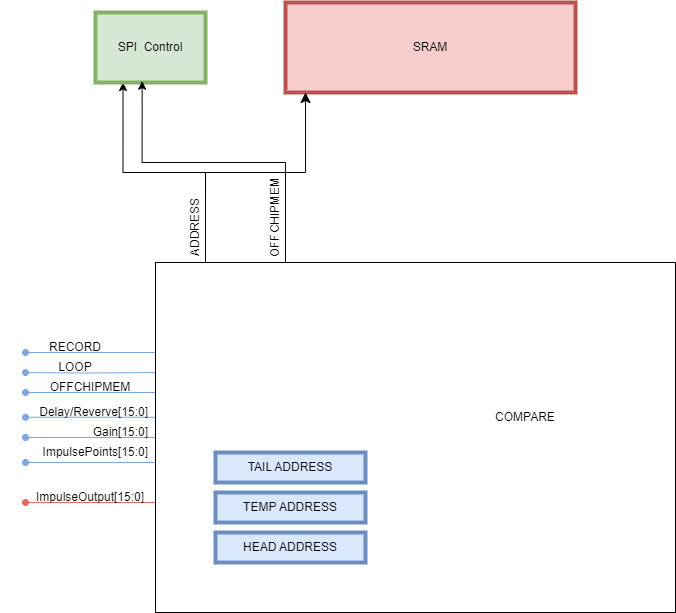
This is docs/images/MemoryController.drawio.png from sdmay24-21/ASIC-GuitarPedal, a draw.io export, as it was before one commit. Source tidied: cells renumbered, new cells last; positions are measured from the earlier drawing's top-left corner, leaving out a move shared by most shapes. Source of this version:
```xml
<mxGraphModel>
  <root>
    <mxCell id="0" />
    <mxCell id="1" parent="0" />
    <mxCell id="2" style="edgeStyle=orthogonalEdgeStyle;rounded=0;jettySize=auto;html=1;exitX=0.25;exitY=0;exitDx=0;exitDy=0;entryX=0.25;entryY=1;entryDx=0;entryDy=0;" parent="1" edge="1" source="10" target="14">
      <mxGeometry relative="1" as="geometry">
        <Array as="points">
          <mxPoint x="205" y="260" />
          <mxPoint x="205" y="170" />
          <mxPoint x="123" y="170" />
        </Array>
      </mxGeometry>
    </mxCell>
    <mxCell id="3" style="edgeStyle=orthogonalEdgeStyle;rounded=0;orthogonalLoop=1;jettySize=auto;html=1;exitX=0;exitY=0.25;exitDx=0;exitDy=0;endArrow=oval;endFill=1;strokeColor=#7EA6E0;" parent="1" edge="1">
      <mxGeometry relative="1" as="geometry">
        <mxPoint x="155" y="370" as="sourcePoint" />
        <mxPoint x="25" y="370.1" as="targetPoint" />
      </mxGeometry>
    </mxCell>
    <mxCell id="4" style="edgeStyle=orthogonalEdgeStyle;rounded=0;orthogonalLoop=1;jettySize=auto;html=1;endArrow=oval;endFill=1;strokeColor=#7EA6E0;" parent="1" edge="1">
      <mxGeometry relative="1" as="geometry">
        <mxPoint x="165" y="390" as="sourcePoint" />
        <mxPoint x="25" y="390" as="targetPoint" />
        <Array as="points">
          <mxPoint x="135" y="390" />
          <mxPoint x="135" y="390" />
        </Array>
      </mxGeometry>
    </mxCell>
    <mxCell id="5" style="edgeStyle=orthogonalEdgeStyle;rounded=0;orthogonalLoop=1;jettySize=auto;html=1;exitX=0;exitY=0.5;exitDx=0;exitDy=0;endArrow=oval;endFill=1;strokeColor=#7EA6E0;" parent="1" edge="1">
      <mxGeometry relative="1" as="geometry">
        <mxPoint x="155" y="414.7" as="sourcePoint" />
        <mxPoint x="25" y="414.7" as="targetPoint" />
      </mxGeometry>
    </mxCell>
    <mxCell id="6" style="edgeStyle=orthogonalEdgeStyle;rounded=0;jettySize=auto;html=1;exitX=0;exitY=0.5;exitDx=0;exitDy=0;endArrow=oval;endFill=1;strokeColor=#7EA6E0;" parent="1" edge="1" source="10">
      <mxGeometry relative="1" as="geometry">
        <mxPoint x="25" y="460" as="targetPoint" />
        <Array as="points">
          <mxPoint x="155" y="460" />
          <mxPoint x="25" y="460" />
        </Array>
      </mxGeometry>
    </mxCell>
    <mxCell id="7" style="edgeStyle=orthogonalEdgeStyle;rounded=0;jettySize=auto;html=1;exitX=0;exitY=0.75;exitDx=0;exitDy=0;endArrow=oval;endFill=1;strokeColor=#EA6B66;" parent="1" edge="1" source="10">
      <mxGeometry relative="1" as="geometry">
        <mxPoint x="25" y="500" as="targetPoint" />
        <Array as="points">
          <mxPoint x="35" y="500" />
          <mxPoint x="35" y="500" />
        </Array>
      </mxGeometry>
    </mxCell>
    <mxCell id="8" style="edgeStyle=orthogonalEdgeStyle;rounded=0;orthogonalLoop=1;jettySize=auto;html=1;endArrow=oval;endFill=1;strokeColor=#7EA6E0;" parent="1" edge="1">
      <mxGeometry relative="1" as="geometry">
        <mxPoint x="155" y="350" as="sourcePoint" />
        <mxPoint x="25" y="350" as="targetPoint" />
      </mxGeometry>
    </mxCell>
    <mxCell id="9" style="edgeStyle=orthogonalEdgeStyle;rounded=0;jettySize=auto;html=1;endArrow=oval;endFill=1;strokeColor=#7EA6E0;" parent="1" edge="1" source="10">
      <mxGeometry relative="1" as="geometry">
        <mxPoint x="25" y="435" as="targetPoint" />
      </mxGeometry>
    </mxCell>
    <mxCell id="10" style="rounded=0;whiteSpace=wrap;html=1;" parent="1" vertex="1">
      <mxGeometry x="155" y="260" width="520" height="350" as="geometry" />
    </mxCell>
    <mxCell id="11" value="SRAM" style="text;html=1;strokeColor=#b85450;fillColor=#f8cecc;align=center;verticalAlign=middle;whiteSpace=wrap;rounded=0;strokeWidth=4;" parent="1" vertex="1">
      <mxGeometry x="285" width="290" height="90" as="geometry" />
    </mxCell>
    <mxCell id="12" value="HEAD ADDRESS" style="text;html=1;strokeColor=#6c8ebf;fillColor=#dae8fc;align=center;verticalAlign=middle;whiteSpace=wrap;rounded=0;strokeWidth=4;" parent="1" vertex="1">
      <mxGeometry x="215" y="530" width="150" height="30" as="geometry" />
    </mxCell>
    <mxCell id="13" value="TAIL ADDRESS" style="text;html=1;strokeColor=#6c8ebf;fillColor=#dae8fc;align=center;verticalAlign=middle;whiteSpace=wrap;rounded=0;strokeWidth=4;" parent="1" vertex="1">
      <mxGeometry x="215" y="450" width="150" height="30" as="geometry" />
    </mxCell>
    <mxCell id="14" value="SPI&amp;nbsp; Control" style="text;html=1;strokeColor=#82b366;fillColor=#d5e8d4;align=center;verticalAlign=middle;whiteSpace=wrap;rounded=0;strokeWidth=4;" parent="1" vertex="1">
      <mxGeometry x="95" y="10" width="110" height="70" as="geometry" />
    </mxCell>
    <mxCell id="15" style="edgeStyle=segmentEdgeStyle;endArrow=classic;html=1;curved=0;rounded=0;endSize=8;startSize=8;" parent="1" edge="1" target="11">
      <mxGeometry relative="1" as="geometry">
        <mxPoint x="205" y="190" as="sourcePoint" />
        <Array as="points">
          <mxPoint x="205" y="170" />
          <mxPoint x="305" y="170" />
        </Array>
      </mxGeometry>
    </mxCell>
    <mxCell id="16" value="TEMP ADDRESS" style="text;html=1;strokeColor=#6c8ebf;fillColor=#dae8fc;align=center;verticalAlign=middle;whiteSpace=wrap;rounded=0;strokeWidth=4;" parent="1" vertex="1">
      <mxGeometry x="215" y="490" width="150" height="30" as="geometry" />
    </mxCell>
    <mxCell id="17" value="COMPARE" style="text;html=1;strokeColor=none;fillColor=none;align=center;verticalAlign=middle;whiteSpace=wrap;rounded=0;" parent="1" vertex="1">
      <mxGeometry x="465" y="390" width="120" height="50" as="geometry" />
    </mxCell>
    <mxCell id="18" value="LOOP" style="text;html=1;strokeColor=none;fillColor=none;align=center;verticalAlign=middle;whiteSpace=wrap;rounded=0;" parent="1" vertex="1">
      <mxGeometry x="45" y="350" width="60" height="30" as="geometry" />
    </mxCell>
    <mxCell id="19" value="OFFCHIPMEM" style="text;html=1;strokeColor=none;fillColor=none;align=center;verticalAlign=middle;whiteSpace=wrap;rounded=0;" parent="1" vertex="1">
      <mxGeometry x="45" y="370" width="90" height="30" as="geometry" />
    </mxCell>
    <mxCell id="20" value="Delay/Reverve[15:0]" style="text;html=1;strokeColor=none;fillColor=none;align=right;verticalAlign=middle;whiteSpace=wrap;rounded=0;" parent="1" vertex="1">
      <mxGeometry y="400" width="150" height="20" as="geometry" />
    </mxCell>
    <mxCell id="21" value="ADDRESS" style="text;html=1;strokeColor=none;fillColor=none;align=center;verticalAlign=middle;whiteSpace=wrap;rounded=0;rotation=270;" parent="1" vertex="1">
      <mxGeometry x="165" y="210" width="60" height="30" as="geometry" />
    </mxCell>
    <mxCell id="22" value="ImpulsePoints[15:0]" style="text;html=1;strokeColor=none;fillColor=none;align=right;verticalAlign=middle;whiteSpace=wrap;rounded=0;" parent="1" vertex="1">
      <mxGeometry x="30" y="440" width="120" height="20" as="geometry" />
    </mxCell>
    <mxCell id="23" value="OFFCHIPMEM" style="text;html=1;strokeColor=none;fillColor=none;align=center;verticalAlign=middle;whiteSpace=wrap;rounded=0;rotation=270;" parent="1" vertex="1">
      <mxGeometry x="245" y="200" width="60" height="30" as="geometry" />
    </mxCell>
    <mxCell id="24" style="edgeStyle=orthogonalEdgeStyle;rounded=0;jettySize=auto;html=1;exitX=0.25;exitY=0;exitDx=0;exitDy=0;entryX=0.424;entryY=0.981;entryDx=0;entryDy=0;entryPerimeter=0;" parent="1" edge="1" source="10" target="14">
      <mxGeometry relative="1" as="geometry">
        <Array as="points">
          <mxPoint x="285" y="160" />
          <mxPoint x="142" y="160" />
        </Array>
      </mxGeometry>
    </mxCell>
    <mxCell id="25" value="ImpulseOutput[15:0]" style="text;html=1;strokeColor=none;fillColor=none;align=center;verticalAlign=middle;whiteSpace=wrap;rounded=0;" parent="1" vertex="1">
      <mxGeometry x="60" y="480" width="60" height="30" as="geometry" />
    </mxCell>
    <mxCell id="26" value="RECORD" style="text;html=1;strokeColor=none;fillColor=none;align=center;verticalAlign=middle;whiteSpace=wrap;rounded=0;" parent="1" vertex="1">
      <mxGeometry x="45" y="330" width="60" height="30" as="geometry" />
    </mxCell>
    <mxCell id="27" value="Gain[15:0]" style="text;html=1;strokeColor=none;fillColor=none;align=right;verticalAlign=middle;whiteSpace=wrap;rounded=0;" parent="1" vertex="1">
      <mxGeometry x="90" y="420" width="60" height="20" as="geometry" />
    </mxCell>
  </root>
</mxGraphModel>
```
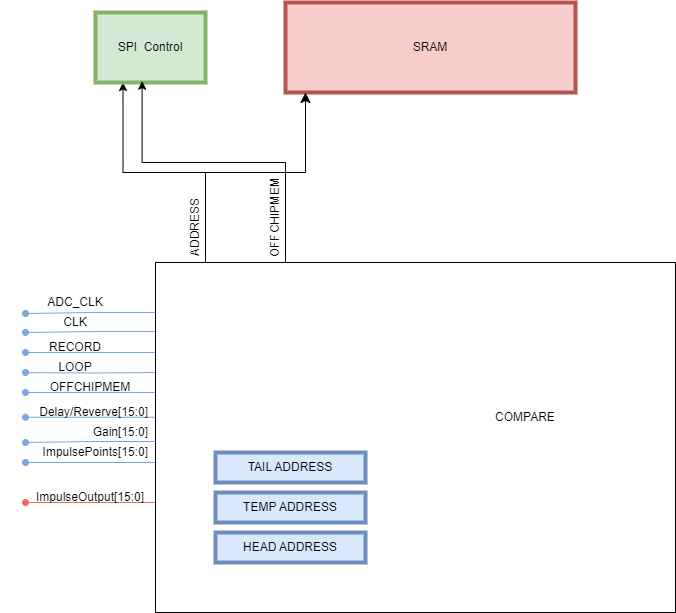
After the commit.

Commit message:
added memory controller stub and updated diagram

The edit, as a diff of the source:
```diff
@@ -57,9 +57,14 @@
         <mxPoint x="25" y="350" as="targetPoint" />
       </mxGeometry>
     </mxCell>
-    <mxCell id="9" style="edgeStyle=orthogonalEdgeStyle;rounded=0;jettySize=auto;html=1;endArrow=oval;endFill=1;strokeColor=#7EA6E0;" parent="1" edge="1" source="10">
+    <mxCell id="9" style="edgeStyle=orthogonalEdgeStyle;rounded=0;orthogonalLoop=1;jettySize=auto;html=1;endArrow=oval;endFill=1;strokeColor=#7EA6E0;" parent="1" edge="1">
       <mxGeometry relative="1" as="geometry">
-        <mxPoint x="25" y="435" as="targetPoint" />
+        <mxPoint x="155" y="329" as="sourcePoint" />
+        <mxPoint x="25" y="329" as="targetPoint" />
+        <Array as="points">
+          <mxPoint x="91" y="329" />
+          <mxPoint x="25" y="330" />
+        </Array>
       </mxGeometry>
     </mxCell>
     <mxCell id="10" style="rounded=0;whiteSpace=wrap;html=1;" parent="1" vertex="1">
@@ -127,5 +132,31 @@
     <mxCell id="27" value="Gain[15:0]" style="text;html=1;strokeColor=none;fillColor=none;align=right;verticalAlign=middle;whiteSpace=wrap;rounded=0;" parent="1" vertex="1">
       <mxGeometry x="90" y="420" width="60" height="20" as="geometry" />
     </mxCell>
+    <mxCell id="28" style="edgeStyle=orthogonalEdgeStyle;rounded=0;orthogonalLoop=1;jettySize=auto;html=1;endArrow=oval;endFill=1;strokeColor=#7EA6E0;" parent="1" edge="1">
+      <mxGeometry relative="1" as="geometry">
+        <mxPoint x="155" y="439" as="sourcePoint" />
+        <mxPoint x="25" y="439" as="targetPoint" />
+        <Array as="points">
+          <mxPoint x="91" y="439" />
+          <mxPoint x="25" y="440" />
+        </Array>
+      </mxGeometry>
+    </mxCell>
+    <mxCell id="29" value="CLK" style="text;html=1;strokeColor=none;fillColor=none;align=center;verticalAlign=middle;whiteSpace=wrap;rounded=0;" parent="1" vertex="1">
+      <mxGeometry x="45" y="310" width="60" height="20" as="geometry" />
+    </mxCell>
+    <mxCell id="30" style="edgeStyle=orthogonalEdgeStyle;rounded=0;orthogonalLoop=1;jettySize=auto;html=1;endArrow=oval;endFill=1;strokeColor=#7EA6E0;" parent="1" edge="1">
+      <mxGeometry relative="1" as="geometry">
+        <mxPoint x="155" y="310" as="sourcePoint" />
+        <mxPoint x="25" y="310" as="targetPoint" />
+        <Array as="points">
+          <mxPoint x="91" y="310" />
+          <mxPoint x="25" y="311" />
+        </Array>
+      </mxGeometry>
+    </mxCell>
+    <mxCell id="31" value="ADC_CLK" style="text;html=1;strokeColor=none;fillColor=none;align=center;verticalAlign=middle;whiteSpace=wrap;rounded=0;" parent="1" vertex="1">
+      <mxGeometry x="45" y="290" width="60" height="20" as="geometry" />
+    </mxCell>
   </root>
 </mxGraphModel>
```
